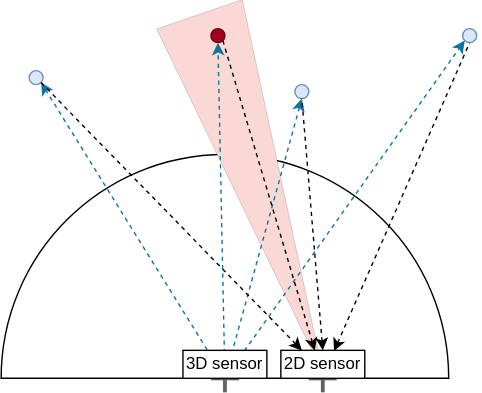
This is ovp8xx/python/ovp8xxexamples/toolbox/_img/registration1.drawio.svg from ifm/ifm3d-examples, a draw.io export, as it was before one commit. Source tidied: cells renumbered, new cells last; positions are measured from the earlier drawing's top-left corner, leaving out a move shared by most shapes.
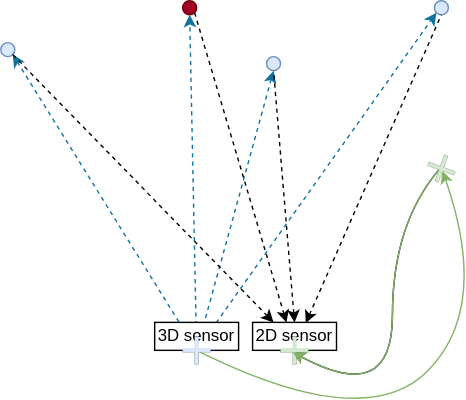
After the commit.

The edit, as a diff of the source:
```diff
@@ -2,18 +2,12 @@
   <root>
     <mxCell id="0" />
     <mxCell id="1" parent="0" />
-    <mxCell id="2" style="shape=cross;whiteSpace=wrap;html=1;strokeColor=#666666;strokeWidth=0;fontSize=11;fillColor=#616161;gradientColor=none;size=0.13186813186812812;" parent="1" vertex="1">
+    <mxCell id="2" style="shape=cross;whiteSpace=wrap;html=1;strokeColor=#3A5431;strokeWidth=0;fontSize=11;fillColor=#6d8764;size=0.13186813186812812;fontColor=#ffffff;" parent="1" vertex="1">
       <mxGeometry x="220" y="240" width="20" height="20" as="geometry" />
     </mxCell>
-    <mxCell id="3" style="shape=cross;whiteSpace=wrap;html=1;strokeColor=#666666;strokeWidth=0;fontSize=11;fillColor=#616161;gradientColor=none;size=0.13186813186812812;" parent="1" vertex="1">
+    <mxCell id="3" style="shape=cross;whiteSpace=wrap;html=1;strokeColor=#3A5431;strokeWidth=0;fontSize=11;fillColor=#6d8764;size=0.13186813186812812;fontColor=#ffffff;" parent="1" vertex="1">
       <mxGeometry x="150" y="240" width="20" height="20" as="geometry" />
     </mxCell>
-    <mxCell id="4" style="verticalLabelPosition=bottom;verticalAlign=top;html=1;shape=mxgraph.basic.half_circle;fontSize=11;rotation=-180;" parent="1" vertex="1">
-      <mxGeometry y="90" width="320" height="160" as="geometry" />
-    </mxCell>
-    <mxCell id="5" style="triangle;whiteSpace=wrap;html=1;rotation=71;fillColor=#fad9d5;strokeColor=default;strokeWidth=0;" parent="1" vertex="1">
-      <mxGeometry x="50.1" y="85.8" width="271.7" height="64.7" as="geometry" />
-    </mxCell>
     <mxCell id="6" style="ellipse;whiteSpace=wrap;html=1;fillColor=#a20025;fontColor=#ffffff;strokeColor=#6F0000;" parent="1" vertex="1">
       <mxGeometry x="150" width="10" height="10" as="geometry" />
     </mxCell>
@@ -41,8 +35,10 @@
     <mxCell id="14" value="3D sensor" style="rounded=0;whiteSpace=wrap;html=1;" parent="1" vertex="1">
       <mxGeometry x="130" y="230" width="60" height="20" as="geometry" />
     </mxCell>
-    <mxCell id="15" style="endArrow=none;dashed=1;html=1;entryX=0.5;entryY=1;entryDx=0;entryDy=0;exitX=0.634;exitY=0.025;exitDx=0;exitDy=0;exitPerimeter=0;endFill=0;startArrow=classic;startFill=1;" parent="1" edge="1" source="19" target="9">
-      <mxGeometry relative="1" as="geometry" />
+    <mxCell id="15" style="endArrow=none;dashed=1;html=1;exitX=0.634;exitY=0.025;exitDx=0;exitDy=0;exitPerimeter=0;endFill=0;startArrow=classic;startFill=1;" parent="1" edge="1" source="19">
+      <mxGeometry relative="1" as="geometry">
+        <mxPoint x="335" y="10" as="targetPoint" />
+      </mxGeometry>
     </mxCell>
     <mxCell id="16" style="endArrow=classic;dashed=1;html=1;entryX=0.25;entryY=0;entryDx=0;entryDy=0;exitX=1;exitY=1;exitDx=0;exitDy=0;endFill=1;" parent="1" edge="1" source="7" target="19">
       <mxGeometry relative="1" as="geometry" />
@@ -56,5 +52,41 @@
     <mxCell id="19" value="2D&amp;nbsp;sensor" style="rounded=0;whiteSpace=wrap;html=1;" parent="1" vertex="1">
       <mxGeometry x="200" y="230" width="60" height="20" as="geometry" />
     </mxCell>
+    <mxCell id="20" style="shape=cross;whiteSpace=wrap;html=1;strokeColor=#3A5431;strokeWidth=0;fontSize=11;fillColor=#6d8764;size=0.13186813186812812;rotation=20;fontColor=#ffffff;" parent="1" vertex="1">
+      <mxGeometry x="325" y="110" width="20" height="20" as="geometry" />
+    </mxCell>
+    <mxCell id="21" style="curved=1;endArrow=classic;html=1;entryX=0;entryY=0;entryDx=11.31868131868128;entryDy=11.31868131868128;entryPerimeter=0;exitX=0.5;exitY=1;exitDx=0;exitDy=0;fillColor=#d5e8d4;strokeColor=#82b366;" parent="1" edge="1" source="14" target="20">
+      <mxGeometry relative="1" as="geometry">
+        <Array as="points">
+          <mxPoint x="280" y="310" />
+          <mxPoint x="370" y="220" />
+        </Array>
+      </mxGeometry>
+    </mxCell>
+    <mxCell id="22" style="curved=1;endArrow=classic;html=1;entryX=0;entryY=0;entryDx=8.681318681318718;entryDy=11.31868131868128;entryPerimeter=0;exitX=0;exitY=0;exitDx=8.681318681318718;exitDy=11.31868131868128;exitPerimeter=0;" parent="1" edge="1" source="20" target="2">
+      <mxGeometry relative="1" as="geometry">
+        <Array as="points">
+          <mxPoint x="300" y="160" />
+          <mxPoint x="300" y="290" />
+        </Array>
+      </mxGeometry>
+    </mxCell>
+    <mxCell id="23" style="shape=cross;whiteSpace=wrap;html=1;strokeColor=#82b366;strokeWidth=0;fontSize=11;fillColor=#d5e8d4;size=0.13186813186812812;" parent="1" vertex="1">
+      <mxGeometry x="220" y="240" width="20" height="20" as="geometry" />
+    </mxCell>
+    <mxCell id="24" style="shape=cross;whiteSpace=wrap;html=1;strokeColor=#6c8ebf;strokeWidth=0;fontSize=11;fillColor=#dae8fc;size=0.13186813186812812;" parent="1" vertex="1">
+      <mxGeometry x="150" y="240" width="20" height="20" as="geometry" />
+    </mxCell>
+    <mxCell id="25" style="shape=cross;whiteSpace=wrap;html=1;strokeColor=#82b366;strokeWidth=0;fontSize=11;fillColor=#d5e8d4;size=0.13186813186812812;rotation=20;" parent="1" vertex="1">
+      <mxGeometry x="325" y="110" width="20" height="20" as="geometry" />
+    </mxCell>
+    <mxCell id="26" style="curved=1;endArrow=classic;html=1;entryX=0;entryY=0;entryDx=8.681318681318718;entryDy=11.31868131868128;entryPerimeter=0;exitX=0;exitY=0;exitDx=8.681318681318718;exitDy=11.31868131868128;exitPerimeter=0;fillColor=#d5e8d4;strokeColor=#82b366;" parent="1" edge="1" source="25" target="23">
+      <mxGeometry relative="1" as="geometry">
+        <Array as="points">
+          <mxPoint x="300" y="160" />
+          <mxPoint x="300" y="290" />
+        </Array>
+      </mxGeometry>
+    </mxCell>
   </root>
 </mxGraphModel>
```
